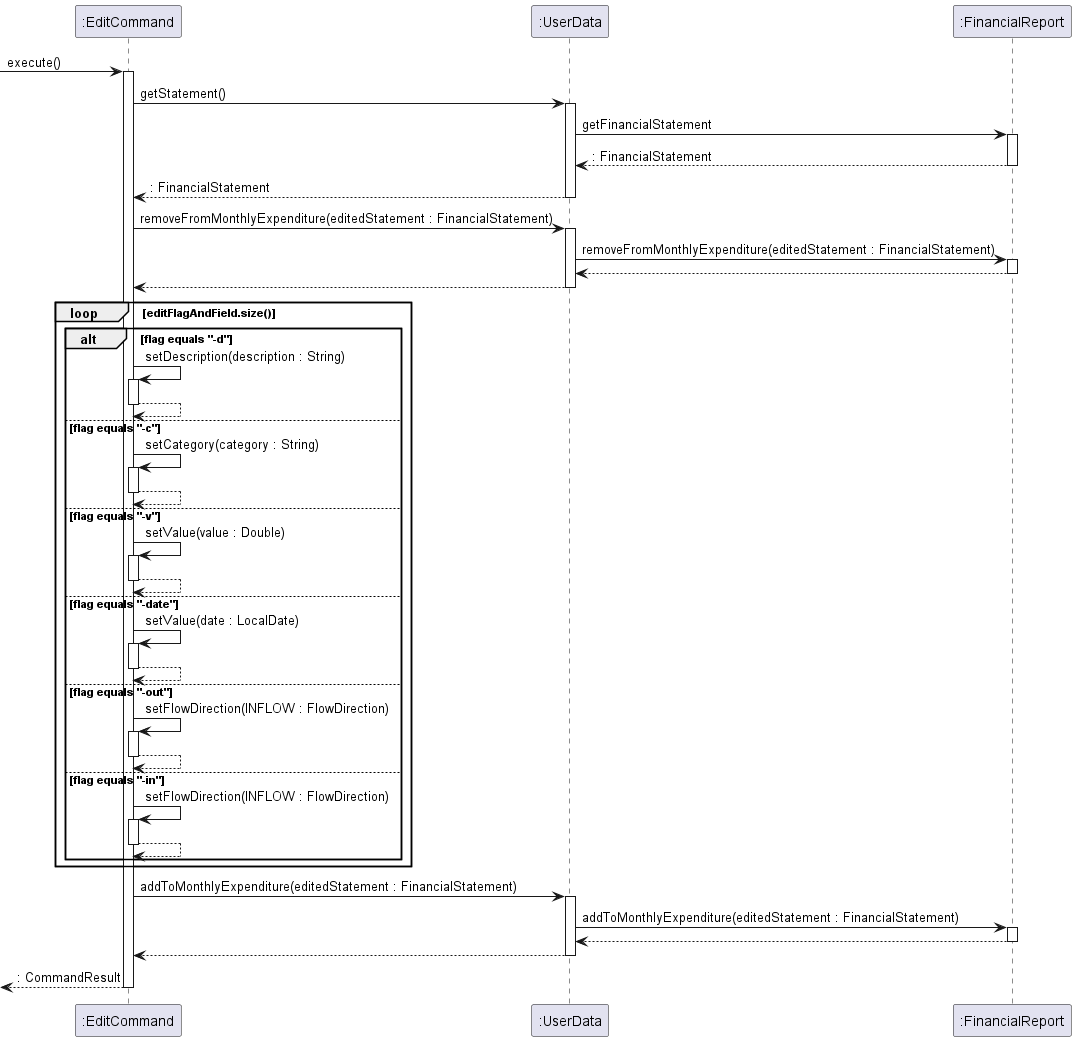
The PlantUML diagram docs/images/DeveloperGuide/EditCommand.png in nus-cs2113-AY2223S2/tp, before a commit.
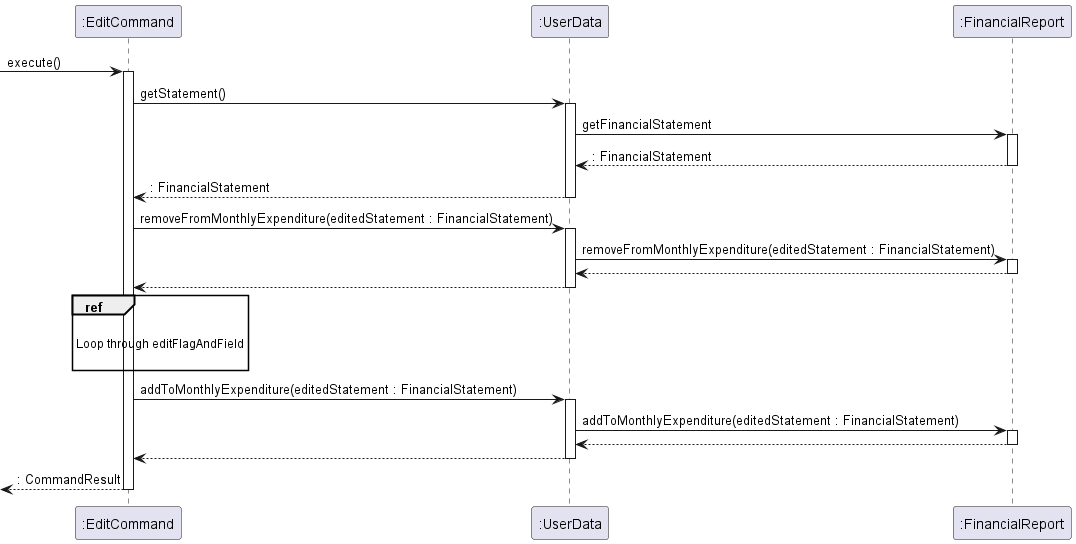
Later version of the same file.

Change to the diagram source:
```diff
@@ -27,45 +27,12 @@
 
 UserData --> EditCommand
 deactivate UserData
+ref over EditCommand
 
-loop editFlagAndField.size()
-    alt flag equals "-d"
-    EditCommand -> EditCommand : setDescription(description : String)
-    activate EditCommand
-    EditCommand --> EditCommand
-    deactivate EditCommand
+Loop through editFlagAndField
 
-    else flag equals "-c"
-    EditCommand -> EditCommand : setCategory(category : String)
-    activate EditCommand
-    EditCommand --> EditCommand
-    deactivate EditCommand
+end ref
 
-    else flag equals "-v"
-    EditCommand -> EditCommand : setValue(value : Double)
-    activate EditCommand
-    EditCommand --> EditCommand
-    deactivate EditCommand
-
-    else flag equals "-date"
-    EditCommand -> EditCommand : setValue(date : LocalDate)
-    activate EditCommand
-    EditCommand --> EditCommand
-    deactivate EditCommand
-
-    else flag equals "-out"
-    EditCommand -> EditCommand : setFlowDirection(INFLOW : FlowDirection)
-    activate EditCommand
-    EditCommand --> EditCommand
-    deactivate EditCommand
-
-    else flag equals "-in"
-    EditCommand -> EditCommand : setFlowDirection(INFLOW : FlowDirection)
-    activate EditCommand
-    EditCommand --> EditCommand
-    deactivate EditCommand
-    end
-end
 
 EditCommand -> UserData : addToMonthlyExpenditure(editedStatement : FinancialStatement)
 activate UserData
```
